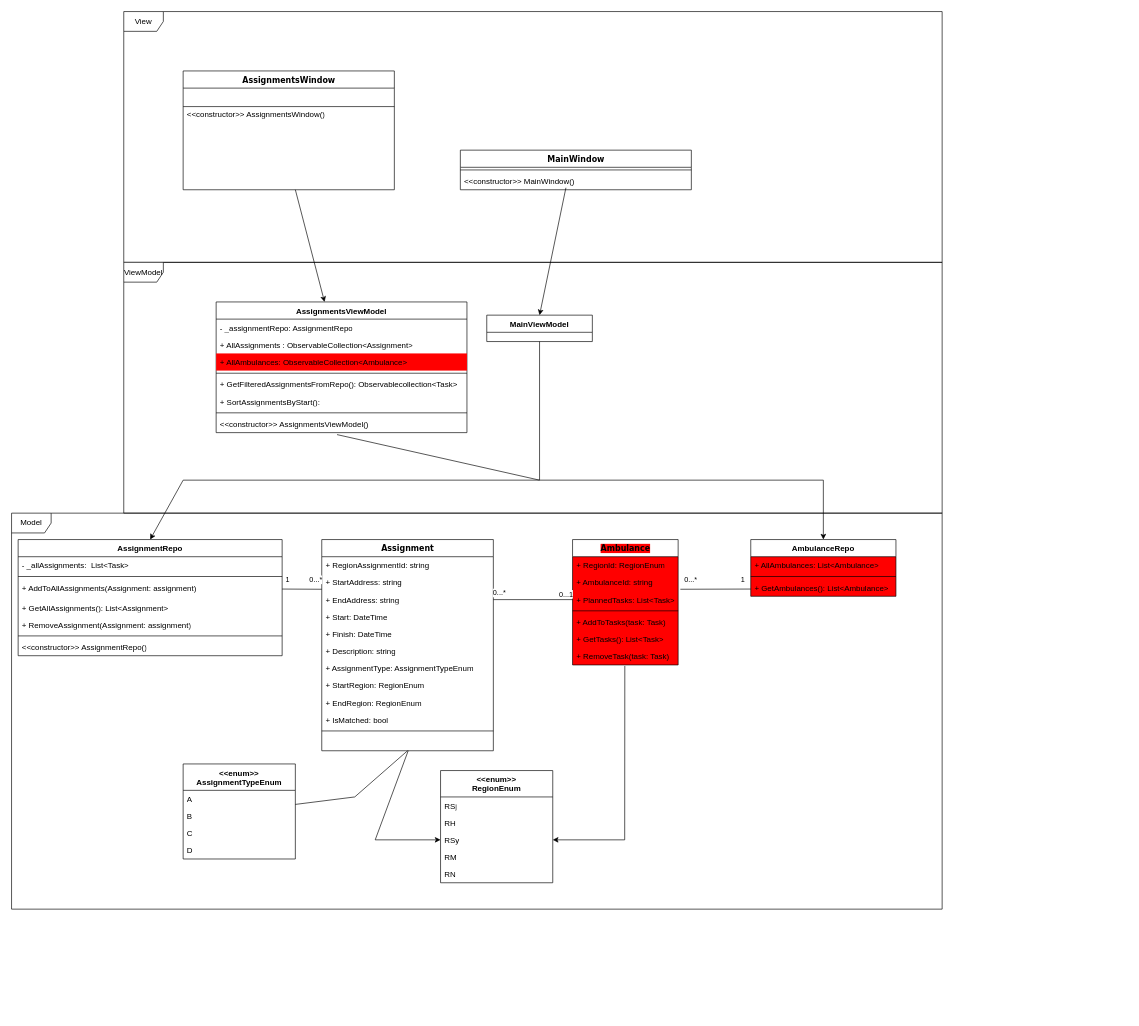
Above: DCDs/Kombinerer opgaver (sprint 2).drawio in elgaard99/Region_Syd (draw.io), before the change. Source tidied: cells renumbered, new cells numbered last; positions are measured from the earlier drawing's top-left corner, leaving out a move shared by most shapes. Both pictures are drawn from the tidied source at 66%, with x=0, y=0 at pixel (11, 11).
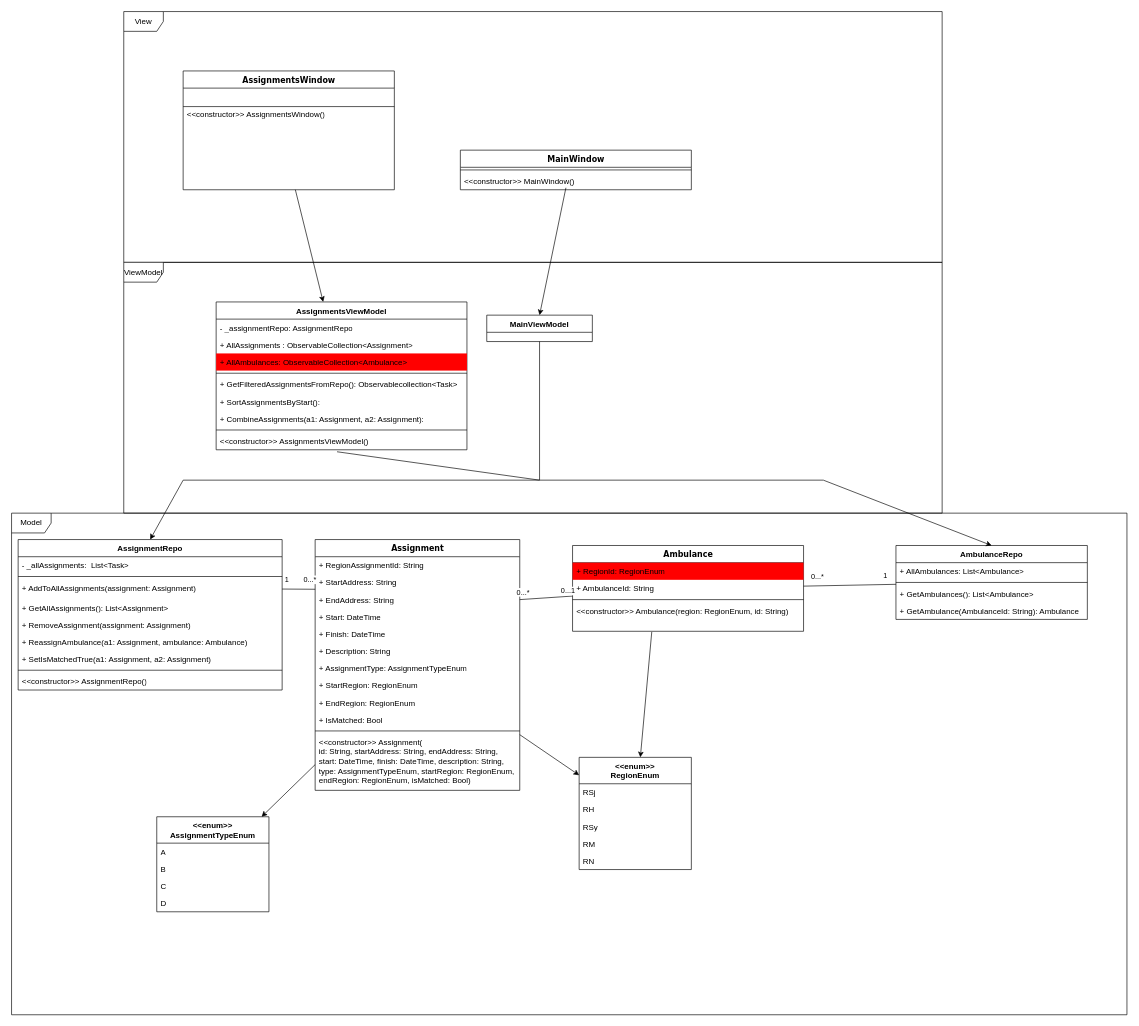
The same diagram, later.

Commit message (it also covers changes not shown here):
Selected item i listview

The change refers to these unchanged cells:
```xml
<mxCell id="46" value="RSy" style="text;strokeColor=none;fillColor=none;align=left;verticalAlign=top;spacingLeft=4;spacingRight=4;overflow=hidden;points=[[0,0.5],[1,0.5]];portConstraint=eastwest;whiteSpace=wrap;html=1;" parent="43" vertex="1">
  <mxGeometry y="92" width="170" height="26" as="geometry" />
</mxCell>
```

Diff of the diagram source:
```diff
@@
-    <mxCell id="8" value="Ambulance" style="swimlane;html=1;fontStyle=1;align=center;verticalAlign=top;horizontal=1;startSize=26;swimlaneFillColor=red;rounded=0;shadow=0;comic=0;labelBackgroundColor=red;strokeWidth=1;fillColor=none;fontFamily=Verdana;fontSize=12;" parent="1" vertex="1">
-      <mxGeometry x="850" y="800" width="160" height="190" as="geometry" />
+    <mxCell id="8" value="Ambulance" style="swimlane;html=1;fontStyle=1;align=center;verticalAlign=top;horizontal=1;startSize=26;rounded=0;shadow=0;comic=0;strokeWidth=1;fillColor=none;fontFamily=Verdana;fontSize=12;" parent="1" vertex="1">
+      <mxGeometry x="850" y="809" width="350" height="130" as="geometry" />
     </mxCell>
-    <mxCell id="9" value="+ RegionId: RegionEnum" style="text;html=1;strokeColor=none;fillColor=none;align=left;verticalAlign=top;spacingLeft=4;spacingRight=4;whiteSpace=wrap;overflow=hidden;" parent="8" vertex="1">
-      <mxGeometry y="26" width="160" height="26" as="geometry" />
+    <mxCell id="9" value="+ RegionId: RegionEnum" style="text;html=1;strokeColor=none;fillColor=red;align=left;verticalAlign=top;spacingLeft=4;spacingRight=4;whiteSpace=wrap;overflow=hidden;" parent="8" vertex="1">
+      <mxGeometry y="26" width="350" height="26" as="geometry" />
     </mxCell>
-    <mxCell id="10" value="+ AmbulanceId: string" style="text;html=1;strokeColor=none;fillColor=none;align=left;verticalAlign=top;spacingLeft=4;spacingRight=4;whiteSpace=wrap;overflow=hidden;points=[[0,0.5],[1,0.5]];portConstraint=eastwest;" parent="8" vertex="1">
-      <mxGeometry y="52" width="160" height="26" as="geometry" />
+    <mxCell id="10" value="+ AmbulanceId: String" style="text;html=1;strokeColor=none;fillColor=none;align=left;verticalAlign=top;spacingLeft=4;spacingRight=4;whiteSpace=wrap;overflow=hidden;points=[[0,0.5],[1,0.5]];portConstraint=eastwest;" parent="8" vertex="1">
+      <mxGeometry y="52" width="350" height="26" as="geometry" />
     </mxCell>
-    <mxCell id="11" value="+ PlannedTasks: List&amp;lt;Task&amp;gt;" style="text;html=1;strokeColor=none;fillColor=none;align=left;verticalAlign=top;spacingLeft=4;spacingRight=4;whiteSpace=wrap;overflow=hidden;points=[[0,0.5],[1,0.5]];portConstraint=eastwest;" parent="8" vertex="1">
-      <mxGeometry y="78" width="160" height="26" as="geometry" />
-    </mxCell>
     <mxCell id="12" style="line;html=1;strokeWidth=1;fillColor=none;align=left;verticalAlign=middle;spacingTop=-1;spacingLeft=3;spacingRight=3;labelPosition=right;" parent="8" vertex="1">
-      <mxGeometry y="104" width="160" height="8" as="geometry" />
+      <mxGeometry y="78" width="350" height="8" as="geometry" />
     </mxCell>
-    <mxCell id="13" value="+ AddToTasks(task: Task)" style="text;html=1;strokeColor=none;fillColor=none;align=left;verticalAlign=top;spacingLeft=4;spacingRight=4;whiteSpace=wrap;overflow=hidden;" parent="8" vertex="1">
-      <mxGeometry y="112" width="160" height="26" as="geometry" />
-    </mxCell>
-    <mxCell id="14" value="+ GetTasks(): List&amp;lt;Task&amp;gt;" style="text;html=1;strokeColor=none;fillColor=none;align=left;verticalAlign=top;spacingLeft=4;spacingRight=4;whiteSpace=wrap;overflow=hidden;" parent="8" vertex="1">
-      <mxGeometry y="138" width="160" height="26" as="geometry" />
-    </mxCell>
-    <mxCell id="15" value="+ RemoveTask(task: Task)" style="text;html=1;strokeColor=none;fillColor=none;align=left;verticalAlign=top;spacingLeft=4;spacingRight=4;whiteSpace=wrap;overflow=hidden;points=[[0,0.5],[1,0.5]];portConstraint=eastwest;" parent="8" vertex="1">
-      <mxGeometry y="164" width="160" height="26" as="geometry" />
-    </mxCell>
+    <mxCell id="81" value="&amp;lt;&amp;lt;constructor&amp;gt;&amp;gt; Ambulance(region: RegionEnum, id: String)" style="text;strokeColor=none;fillColor=none;align=left;verticalAlign=top;spacingLeft=4;spacingRight=4;overflow=hidden;whiteSpace=wrap;html=1;" parent="8" vertex="1">
+      <mxGeometry y="86" width="350" height="26" as="geometry" />
+    </mxCell>
     <mxCell id="16" value="Assignment" style="swimlane;html=1;fontStyle=1;align=center;verticalAlign=top;horizontal=1;startSize=26;swimlaneFillColor=#ffffff;rounded=0;shadow=0;comic=0;labelBackgroundColor=none;strokeWidth=1;fillColor=none;fontFamily=Verdana;fontSize=12;" parent="1" vertex="1">
-      <mxGeometry x="470" y="800" width="260" height="320" as="geometry" />
+      <mxGeometry x="460" y="800" width="310" height="380" as="geometry" />
     </mxCell>
-    <mxCell id="17" value="+ RegionAssignmentId: string" style="text;html=1;strokeColor=none;fillColor=none;align=left;verticalAlign=top;spacingLeft=4;spacingRight=4;whiteSpace=wrap;overflow=hidden;" parent="16" vertex="1">
-      <mxGeometry y="26" width="260" height="26" as="geometry" />
+    <mxCell id="17" value="+ RegionAssignmentId: String" style="text;html=1;strokeColor=none;fillColor=none;align=left;verticalAlign=top;spacingLeft=4;spacingRight=4;whiteSpace=wrap;overflow=hidden;" parent="16" vertex="1">
+      <mxGeometry y="26" width="310" height="26" as="geometry" />
     </mxCell>
-    <mxCell id="18" value="+ StartAddress: string" style="text;html=1;strokeColor=none;fillColor=none;align=left;verticalAlign=top;spacingLeft=4;spacingRight=4;whiteSpace=wrap;overflow=hidden;points=[[0,0.5],[1,0.5]];portConstraint=eastwest;" parent="16" vertex="1">
-      <mxGeometry y="52" width="260" height="26" as="geometry" />
+    <mxCell id="18" value="+ StartAddress: String" style="text;html=1;strokeColor=none;fillColor=none;align=left;verticalAlign=top;spacingLeft=4;spacingRight=4;whiteSpace=wrap;overflow=hidden;points=[[0,0.5],[1,0.5]];portConstraint=eastwest;" parent="16" vertex="1">
+      <mxGeometry y="52" width="310" height="26" as="geometry" />
     </mxCell>
-    <mxCell id="19" value="+ EndAddress: string" style="text;html=1;strokeColor=none;fillColor=none;align=left;verticalAlign=top;spacingLeft=4;spacingRight=4;whiteSpace=wrap;overflow=hidden;points=[[0,0.5],[1,0.5]];portConstraint=eastwest;" parent="16" vertex="1">
-      <mxGeometry y="78" width="260" height="26" as="geometry" />
+    <mxCell id="19" value="+ EndAddress: String" style="text;html=1;strokeColor=none;fillColor=none;align=left;verticalAlign=top;spacingLeft=4;spacingRight=4;whiteSpace=wrap;overflow=hidden;points=[[0,0.5],[1,0.5]];portConstraint=eastwest;" parent="16" vertex="1">
+      <mxGeometry y="78" width="310" height="26" as="geometry" />
     </mxCell>
     <mxCell id="20" value="+ Start: DateTime" style="text;html=1;strokeColor=none;fillColor=none;align=left;verticalAlign=top;spacingLeft=4;spacingRight=4;whiteSpace=wrap;overflow=hidden;" parent="16" vertex="1">
-      <mxGeometry y="104" width="260" height="26" as="geometry" />
+      <mxGeometry y="104" width="310" height="26" as="geometry" />
     </mxCell>
     <mxCell id="21" value="+ Finish: DateTime" style="text;html=1;strokeColor=none;fillColor=none;align=left;verticalAlign=top;spacingLeft=4;spacingRight=4;whiteSpace=wrap;overflow=hidden;" parent="16" vertex="1">
-      <mxGeometry y="130" width="260" height="26" as="geometry" />
+      <mxGeometry y="130" width="310" height="26" as="geometry" />
     </mxCell>
-    <mxCell id="22" value="+ Description: string" style="text;html=1;strokeColor=none;fillColor=none;align=left;verticalAlign=top;spacingLeft=4;spacingRight=4;whiteSpace=wrap;overflow=hidden;" parent="16" vertex="1">
-      <mxGeometry y="156" width="260" height="26" as="geometry" />
+    <mxCell id="22" value="+ Description: String" style="text;html=1;strokeColor=none;fillColor=none;align=left;verticalAlign=top;spacingLeft=4;spacingRight=4;whiteSpace=wrap;overflow=hidden;" parent="16" vertex="1">
+      <mxGeometry y="156" width="310" height="26" as="geometry" />
     </mxCell>
     <mxCell id="23" value="+ AssignmentType: AssignmentTypeEnum" style="text;html=1;strokeColor=none;fillColor=none;align=left;verticalAlign=top;spacingLeft=4;spacingRight=4;whiteSpace=wrap;overflow=hidden;" parent="16" vertex="1">
-      <mxGeometry y="182" width="260" height="26" as="geometry" />
+      <mxGeometry y="182" width="310" height="26" as="geometry" />
     </mxCell>
     <mxCell id="24" value="+ StartRegion: RegionEnum" style="text;html=1;strokeColor=none;fillColor=none;align=left;verticalAlign=top;spacingLeft=4;spacingRight=4;whiteSpace=wrap;overflow=hidden;" parent="16" vertex="1">
-      <mxGeometry y="208" width="260" height="26" as="geometry" />
+      <mxGeometry y="208" width="310" height="26" as="geometry" />
     </mxCell>
     <mxCell id="25" value="+ EndRegion: RegionEnum" style="text;html=1;strokeColor=none;fillColor=none;align=left;verticalAlign=top;spacingLeft=4;spacingRight=4;whiteSpace=wrap;overflow=hidden;" parent="16" vertex="1">
-      <mxGeometry y="234" width="260" height="26" as="geometry" />
+      <mxGeometry y="234" width="310" height="26" as="geometry" />
     </mxCell>
-    <mxCell id="26" value="+ IsMatched: bool" style="text;html=1;strokeColor=none;fillColor=none;align=left;verticalAlign=top;spacingLeft=4;spacingRight=4;whiteSpace=wrap;overflow=hidden;" parent="16" vertex="1">
-      <mxGeometry y="260" width="260" height="26" as="geometry" />
+    <mxCell id="26" value="+ IsMatched: Bool" style="text;html=1;strokeColor=none;fillColor=none;align=left;verticalAlign=top;spacingLeft=4;spacingRight=4;whiteSpace=wrap;overflow=hidden;" parent="16" vertex="1">
+      <mxGeometry y="260" width="310" height="26" as="geometry" />
     </mxCell>
     <mxCell id="27" style="line;html=1;strokeWidth=1;fillColor=none;align=left;verticalAlign=middle;spacingTop=-1;spacingLeft=3;spacingRight=3;labelPosition=right;" parent="16" vertex="1">
-      <mxGeometry y="286" width="260" height="8" as="geometry" />
+      <mxGeometry y="286" width="310" height="8" as="geometry" />
     </mxCell>
+    <mxCell id="82" value="&lt;div&gt;&amp;lt;&amp;lt;constructor&amp;gt;&amp;gt; Assignment(&lt;/div&gt;&lt;div&gt;id: String, startAddress: String, endAddress: String,&lt;/div&gt;&lt;div&gt;start: DateTime, finish: DateTime, description: String,&lt;/div&gt;&lt;div&gt;type: AssignmentTypeEnum, startRegion: RegionEnum,&lt;/div&gt;&lt;div&gt;endRegion: RegionEnum, isMatched: Bool)&lt;/div&gt;" style="text;strokeColor=none;fillColor=none;align=left;verticalAlign=top;spacingLeft=4;spacingRight=4;overflow=hidden;whiteSpace=wrap;html=1;" parent="16" vertex="1">
+      <mxGeometry y="294" width="310" height="86" as="geometry" />
+    </mxCell>
@@
     <mxCell id="30" value="Model" style="shape=umlFrame;whiteSpace=wrap;html=1;" parent="1" vertex="1">
-      <mxGeometry y="760" width="1410" height="600" as="geometry" />
+      <mxGeometry y="760" width="1690" height="760" as="geometry" />
     </mxCell>
     <mxCell id="31" value="AssignmentRepo" style="swimlane;fontStyle=1;align=center;verticalAlign=top;horizontal=1;startSize=26;whiteSpace=wrap;html=1;" parent="1" vertex="1">
-      <mxGeometry x="10" y="800" width="400" height="176" as="geometry" />
+      <mxGeometry x="10" y="800" width="400" height="228" as="geometry" />
     </mxCell>
@@
-    <mxCell id="34" value="+ AddToAllAssignments(Assignment: assignment)" style="text;html=1;strokeColor=none;fillColor=none;align=left;verticalAlign=top;spacingLeft=4;spacingRight=4;whiteSpace=wrap;overflow=hidden;points=[[0,0.5],[1,0.5]];portConstraint=eastwest;" parent="31" vertex="1">
+    <mxCell id="34" value="+ AddToAllAssignments(assignment: Assignment)" style="text;html=1;strokeColor=none;fillColor=none;align=left;verticalAlign=top;spacingLeft=4;spacingRight=4;whiteSpace=wrap;overflow=hidden;points=[[0,0.5],[1,0.5]];portConstraint=eastwest;" parent="31" vertex="1">
       <mxGeometry y="60" width="400" height="30" as="geometry" />
     </mxCell>
@@
-    <mxCell id="36" value="+ RemoveAssignment(Assignment: assignment)" style="text;html=1;strokeColor=none;fillColor=none;align=left;verticalAlign=top;spacingLeft=4;spacingRight=4;whiteSpace=wrap;overflow=hidden;" parent="31" vertex="1">
+    <mxCell id="36" value="+ RemoveAssignment(assignment: Assignment)" style="text;html=1;strokeColor=none;fillColor=none;align=left;verticalAlign=top;spacingLeft=4;spacingRight=4;whiteSpace=wrap;overflow=hidden;" parent="31" vertex="1">
       <mxGeometry y="116" width="400" height="26" as="geometry" />
     </mxCell>
+    <mxCell id="83" value="+ ReassignAmbulance(a1: Assignment, ambulance: Ambulance)&amp;nbsp; " style="text;strokeColor=none;fillColor=none;align=left;verticalAlign=top;spacingLeft=4;spacingRight=4;overflow=hidden;whiteSpace=wrap;html=1;" parent="31" vertex="1">
+      <mxGeometry y="142" width="400" height="26" as="geometry" />
+    </mxCell>
+    <mxCell id="84" value="+ SetIsMatchedTrue(a1: Assignment, a2: Assignment)" style="text;strokeColor=none;fillColor=none;align=left;verticalAlign=top;spacingLeft=4;spacingRight=4;overflow=hidden;whiteSpace=wrap;html=1;" parent="31" vertex="1">
+      <mxGeometry y="168" width="400" height="26" as="geometry" />
+    </mxCell>
     <mxCell id="37" style="line;strokeWidth=1;fillColor=none;align=left;verticalAlign=middle;spacingTop=-1;spacingLeft=3;spacingRight=3;labelPosition=right;strokeColor=inherit;" parent="31" vertex="1">
-      <mxGeometry y="142" width="400" height="8" as="geometry" />
+      <mxGeometry y="194" width="400" height="8" as="geometry" />
     </mxCell>
     <mxCell id="38" value="&amp;lt;&amp;lt;constructor&amp;gt;&amp;gt; AssignmentRepo()" style="text;strokeColor=none;fillColor=none;align=left;verticalAlign=top;spacingLeft=4;spacingRight=4;overflow=hidden;whiteSpace=wrap;html=1;" parent="31" vertex="1">
-      <mxGeometry y="150" width="400" height="26" as="geometry" />
+      <mxGeometry y="202" width="400" height="26" as="geometry" />
     </mxCell>
-    <mxCell id="39" value="AmbulanceRepo" style="swimlane;fontStyle=1;align=center;verticalAlign=top;horizontal=1;startSize=26;whiteSpace=wrap;html=1;swimlaneFillColor=red;" parent="1" vertex="1">
-      <mxGeometry x="1120" y="800" width="220" height="86" as="geometry" />
+    <mxCell id="39" value="AmbulanceRepo" style="swimlane;fontStyle=1;align=center;verticalAlign=top;horizontal=1;startSize=26;whiteSpace=wrap;html=1;" parent="1" vertex="1">
+      <mxGeometry x="1340" y="809" width="290" height="112" as="geometry" />
     </mxCell>
     <mxCell id="40" value="+ AllAmbulances: List&amp;lt;Ambulance&amp;gt;" style="text;strokeColor=none;fillColor=none;align=left;verticalAlign=top;spacingLeft=4;spacingRight=4;overflow=hidden;whiteSpace=wrap;html=1;" parent="39" vertex="1">
-      <mxGeometry y="26" width="220" height="26" as="geometry" />
+      <mxGeometry y="26" width="290" height="26" as="geometry" />
     </mxCell>
     <mxCell id="41" style="line;strokeWidth=1;fillColor=none;align=left;verticalAlign=middle;spacingTop=-1;spacingLeft=3;spacingRight=3;labelPosition=right;strokeColor=inherit;" parent="39" vertex="1">
-      <mxGeometry y="52" width="220" height="8" as="geometry" />
+      <mxGeometry y="52" width="290" height="8" as="geometry" />
     </mxCell>
     <mxCell id="42" value="+ GetAmbulances(): List&amp;lt;Ambulance&amp;gt;" style="text;html=1;strokeColor=none;fillColor=none;align=left;verticalAlign=top;spacingLeft=4;spacingRight=4;whiteSpace=wrap;overflow=hidden;" parent="39" vertex="1">
-      <mxGeometry y="60" width="220" height="26" as="geometry" />
+      <mxGeometry y="60" width="290" height="26" as="geometry" />
     </mxCell>
+    <mxCell id="85" value="&lt;div&gt;+ GetAmbulance(AmbulanceId: String): Ambulance&lt;/div&gt;&lt;div&gt;&lt;br&gt;&lt;/div&gt;" style="text;html=1;strokeColor=none;fillColor=none;align=left;verticalAlign=top;spacingLeft=4;spacingRight=4;whiteSpace=wrap;overflow=hidden;" parent="39" vertex="1">
+      <mxGeometry y="86" width="290" height="26" as="geometry" />
+    </mxCell>
     <mxCell id="43" value="&lt;div&gt;&amp;lt;&amp;lt;enum&amp;gt;&amp;gt;&lt;/div&gt;RegionEnum" style="swimlane;fontStyle=1;align=center;verticalAlign=top;horizontal=1;startSize=40;whiteSpace=wrap;html=1;" parent="1" vertex="1">
-      <mxGeometry x="650" y="1150" width="170" height="170" as="geometry" />
+      <mxGeometry x="860" y="1130" width="170" height="170" as="geometry" />
     </mxCell>
@@
-    <mxCell id="49" style="endArrow=none;html=1;rounded=0;entryX=0.495;entryY=1.056;entryDx=0;entryDy=0;entryPerimeter=0;exitX=1;exitY=0.5;exitDx=0;exitDy=0;startArrow=classic;startFill=1;" parent="1" edge="1" source="46" target="15">
-      <mxGeometry relative="1" as="geometry">
-        <Array as="points">
-          <mxPoint x="929" y="1255" />
-        </Array>
-      </mxGeometry>
-    </mxCell>
-    <mxCell id="50" style="endArrow=none;html=1;rounded=0;exitX=1;exitY=0.5;exitDx=0;exitDy=0;entryX=0;entryY=0.5;entryDx=0;entryDy=0;" parent="1" edge="1" source="19" target="11">
+    <mxCell id="50" style="endArrow=none;html=1;rounded=0;exitX=1;exitY=0.5;exitDx=0;exitDy=0;" parent="1" edge="1" source="19" target="8">
       <mxGeometry relative="1" as="geometry" />
     </mxCell>
@@
-    <mxCell id="53" style="endArrow=none;html=1;rounded=0;entryX=0.504;entryY=0.995;entryDx=0;entryDy=0;entryPerimeter=0;exitX=0;exitY=0.5;exitDx=0;exitDy=0;startArrow=classic;startFill=1;" parent="1" edge="1" source="46">
-      <mxGeometry relative="1" as="geometry">
-        <mxPoint x="601" y="1119.9" as="targetPoint" />
-        <Array as="points">
-          <mxPoint x="551" y="1255" />
-        </Array>
-      </mxGeometry>
-    </mxCell>
@@
-    <mxCell id="57" style="endArrow=none;html=1;rounded=0;entryX=0;entryY=0.5;entryDx=0;entryDy=0;exitX=1.021;exitY=0.897;exitDx=0;exitDy=0;exitPerimeter=0;" parent="1" edge="1" source="10">
-      <mxGeometry relative="1" as="geometry">
-        <mxPoint x="1120" y="875" as="targetPoint" />
-      </mxGeometry>
+    <mxCell id="57" style="endArrow=none;html=1;rounded=0;" parent="1" edge="1" source="8" target="39">
+      <mxGeometry relative="1" as="geometry" />
     </mxCell>
@@
     <mxCell id="61" value="AssignmentsViewModel" style="swimlane;fontStyle=1;align=center;verticalAlign=top;horizontal=1;startSize=26;whiteSpace=wrap;html=1;" parent="1" vertex="1">
-      <mxGeometry x="310" y="440" width="380" height="198" as="geometry" />
+      <mxGeometry x="310" y="440" width="380" height="224" as="geometry" />
     </mxCell>
@@
-    <mxCell id="67" value="+ SortAssignmentsByStart(): " style="text;strokeColor=none;fillColor=none;align=left;verticalAlign=top;spacingLeft=4;spacingRight=4;overflow=hidden;whiteSpace=wrap;html=1;" parent="61" vertex="1">
+    <mxCell id="67" value="&lt;div&gt;+ SortAssignmentsByStart():&lt;/div&gt;&lt;div&gt;&lt;br&gt;&lt;/div&gt;" style="text;strokeColor=none;fillColor=none;align=left;verticalAlign=top;spacingLeft=4;spacingRight=4;overflow=hidden;whiteSpace=wrap;html=1;" parent="61" vertex="1">
       <mxGeometry y="138" width="380" height="26" as="geometry" />
     </mxCell>
+    <mxCell id="86" value="+ CombineAssignments(a1: Assignment, a2: Assignment):" style="text;strokeColor=none;fillColor=none;align=left;verticalAlign=top;spacingLeft=4;spacingRight=4;overflow=hidden;whiteSpace=wrap;html=1;" parent="61" vertex="1">
+      <mxGeometry y="164" width="380" height="26" as="geometry" />
+    </mxCell>
     <mxCell id="68" style="line;strokeWidth=1;fillColor=none;align=left;verticalAlign=middle;spacingTop=-1;spacingLeft=3;spacingRight=3;labelPosition=right;strokeColor=inherit;" parent="61" vertex="1">
-      <mxGeometry y="164" width="380" height="8" as="geometry" />
+      <mxGeometry y="190" width="380" height="8" as="geometry" />
     </mxCell>
     <mxCell id="69" value="&amp;lt;&amp;lt;constructor&amp;gt;&amp;gt; AssignmentsViewModel()" style="text;strokeColor=none;fillColor=none;align=left;verticalAlign=top;spacingLeft=4;spacingRight=4;overflow=hidden;points=[[0,0.5],[1,0.5]];portConstraint=eastwest;whiteSpace=wrap;html=1;" parent="61" vertex="1">
-      <mxGeometry y="172" width="380" height="26" as="geometry" />
+      <mxGeometry y="198" width="380" height="26" as="geometry" />
     </mxCell>
@@
     <mxCell id="75" value="&lt;div&gt;&amp;lt;&amp;lt;enum&amp;gt;&amp;gt;&lt;/div&gt;AssignmentTypeEnum" style="swimlane;fontStyle=1;align=center;verticalAlign=top;horizontal=1;startSize=40;whiteSpace=wrap;html=1;" parent="1" vertex="1">
-      <mxGeometry x="260" y="1140" width="170" height="144" as="geometry" />
+      <mxGeometry x="220" y="1220" width="170" height="144" as="geometry" />
     </mxCell>
@@
-    <mxCell id="80" style="endArrow=none;html=1;rounded=0;entryX=0.5;entryY=1;entryDx=0;entryDy=0;" parent="1" edge="1" source="75" target="16">
-      <mxGeometry relative="1" as="geometry">
-        <Array as="points">
-          <mxPoint x="520" y="1190" />
-        </Array>
-      </mxGeometry>
-    </mxCell>
+    <mxCell id="87" style="endArrow=classic;html=1;rounded=0;" parent="1" edge="1" target="43">
+      <mxGeometry relative="1" as="geometry">
+        <mxPoint x="970" y="940" as="sourcePoint" />
+      </mxGeometry>
+    </mxCell>
+    <mxCell id="88" style="endArrow=classic;html=1;rounded=0;" parent="1" edge="1" source="16" target="43">
+      <mxGeometry relative="1" as="geometry" />
+    </mxCell>
+    <mxCell id="89" style="endArrow=classic;html=1;rounded=0;" parent="1" edge="1" source="16" target="75">
+      <mxGeometry relative="1" as="geometry" />
+    </mxCell>
```
